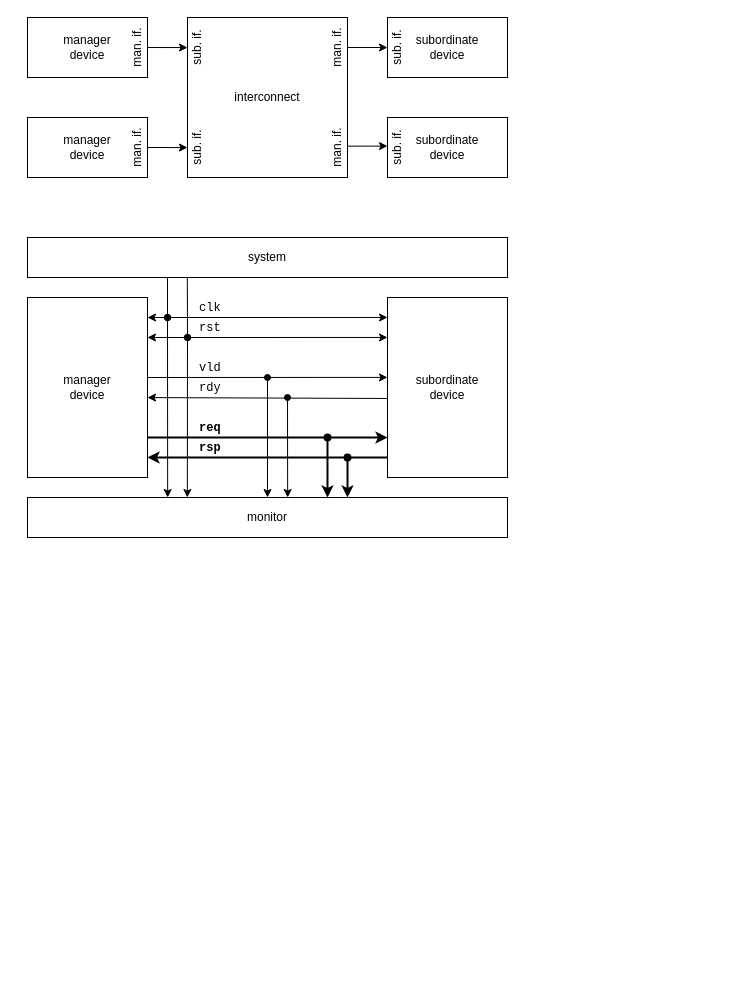
The draw.io diagram doc/lite_doc/TCB-Lite.drawio in jeras/TCB, before the edit. Source tidied: cells renumbered, new cells numbered last; positions are measured from the earlier drawing's top-left corner, leaving out a move shared by most shapes. Both pictures are drawn from the tidied source at 100%, with x=0, y=0 at pixel (27, 17).
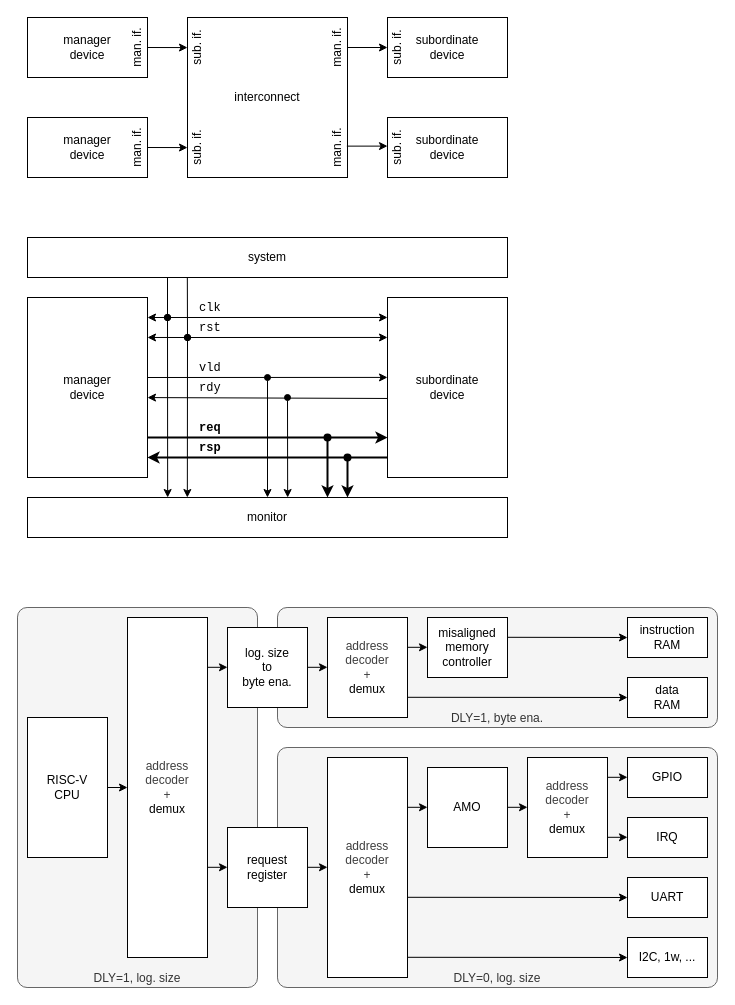
The same diagram, later.

Commit message (it also covers changes not shown here):
DOC: a bit of interface/interconnect topology (mostly nomenclature

Diff of the diagram source:
```diff
@@
+    <mxCell id="45" value="&lt;span style=&quot;color: rgb(51, 51, 51);&quot;&gt;DLY=1, log. size&lt;/span&gt;" style="rounded=1;whiteSpace=wrap;html=1;fillColor=#f5f5f5;fontColor=#333333;strokeColor=#666666;arcSize=4;verticalAlign=bottom;" parent="1" vertex="1">
+      <mxGeometry x="-10" y="590" width="240" height="380" as="geometry" />
+    </mxCell>
+    <mxCell id="46" value="&lt;span style=&quot;scrollbar-color: rgb(226, 226, 226) rgb(251, 251, 251); color: rgb(51, 51, 51);&quot;&gt;DLY=0, log. size&lt;/span&gt;" style="rounded=1;whiteSpace=wrap;html=1;fillColor=#f5f5f5;fontColor=#333333;strokeColor=#666666;arcSize=4;verticalAlign=bottom;" parent="1" vertex="1">
+      <mxGeometry x="250" y="730" width="440" height="240" as="geometry" />
+    </mxCell>
+    <mxCell id="47" value="&lt;span style=&quot;color: rgb(51, 51, 51);&quot;&gt;DLY=1,&amp;nbsp;&lt;/span&gt;byte ena." style="rounded=1;whiteSpace=wrap;html=1;fillColor=#f5f5f5;fontColor=#333333;strokeColor=#666666;arcSize=8;verticalAlign=bottom;" parent="1" vertex="1">
+      <mxGeometry x="250" y="590" width="440" height="120" as="geometry" />
+    </mxCell>
@@
+    <mxCell id="48" value="&lt;div&gt;&lt;font color=&quot;#000000&quot;&gt;RISC-V&lt;/font&gt;&lt;/div&gt;&lt;div&gt;&lt;font color=&quot;#000000&quot;&gt;CPU&lt;/font&gt;&lt;/div&gt;" style="rounded=0;whiteSpace=wrap;html=1;" parent="1" vertex="1">
+      <mxGeometry y="700" width="80" height="140" as="geometry" />
+    </mxCell>
+    <mxCell id="49" style="endArrow=classic;html=1;rounded=0;exitX=1;exitY=0.5;exitDx=0;exitDy=0;" parent="1" edge="1">
+      <mxGeometry relative="1" as="geometry">
+        <mxPoint x="80" y="770" as="sourcePoint" />
+        <mxPoint x="100" y="770" as="targetPoint" />
+      </mxGeometry>
+    </mxCell>
+    <mxCell id="50" value="&lt;div&gt;&lt;font color=&quot;#000000&quot;&gt;&lt;div style=&quot;color: rgb(63, 63, 63); scrollbar-color: rgb(226, 226, 226) rgb(251, 251, 251);&quot;&gt;&lt;font style=&quot;scrollbar-color: rgb(226, 226, 226) rgb(251, 251, 251);&quot;&gt;address&lt;/font&gt;&lt;/div&gt;&lt;div style=&quot;color: rgb(63, 63, 63); scrollbar-color: rgb(226, 226, 226) rgb(251, 251, 251);&quot;&gt;&lt;font style=&quot;scrollbar-color: rgb(226, 226, 226) rgb(251, 251, 251);&quot;&gt;decoder&lt;/font&gt;&lt;/div&gt;&lt;div style=&quot;color: rgb(63, 63, 63); scrollbar-color: rgb(226, 226, 226) rgb(251, 251, 251);&quot;&gt;&lt;font style=&quot;scrollbar-color: rgb(226, 226, 226) rgb(251, 251, 251);&quot;&gt;+&lt;/font&gt;&lt;/div&gt;&lt;/font&gt;&lt;/div&gt;&lt;div&gt;&lt;font color=&quot;#000000&quot;&gt;demux&lt;/font&gt;&lt;/div&gt;" style="rounded=0;whiteSpace=wrap;html=1;" parent="1" vertex="1">
+      <mxGeometry x="100" y="600" width="80" height="340" as="geometry" />
+    </mxCell>
+    <mxCell id="51" value="&lt;div&gt;&lt;font color=&quot;#000000&quot;&gt;log. size&lt;/font&gt;&lt;/div&gt;&lt;div&gt;&lt;font color=&quot;#000000&quot;&gt;to&lt;/font&gt;&lt;/div&gt;&lt;div&gt;&lt;font color=&quot;#000000&quot;&gt;byte ena.&lt;/font&gt;&lt;/div&gt;" style="rounded=0;whiteSpace=wrap;html=1;" parent="1" vertex="1">
+      <mxGeometry x="200" y="610" width="80" height="80" as="geometry" />
+    </mxCell>
+    <mxCell id="52" value="&lt;div&gt;&lt;font color=&quot;#000000&quot;&gt;request&lt;/font&gt;&lt;/div&gt;&lt;div&gt;&lt;font color=&quot;#000000&quot;&gt;register&lt;/font&gt;&lt;/div&gt;" style="rounded=0;whiteSpace=wrap;html=1;" parent="1" vertex="1">
+      <mxGeometry x="200" y="810" width="80" height="80" as="geometry" />
+    </mxCell>
+    <mxCell id="53" value="&lt;div&gt;&lt;font color=&quot;#000000&quot;&gt;AMO&lt;/font&gt;&lt;/div&gt;" style="rounded=0;whiteSpace=wrap;html=1;" parent="1" vertex="1">
+      <mxGeometry x="400" y="750" width="80" height="80" as="geometry" />
+    </mxCell>
+    <mxCell id="54" value="&lt;div&gt;&lt;font color=&quot;#000000&quot;&gt;instruction&lt;/font&gt;&lt;/div&gt;&lt;div&gt;&lt;font color=&quot;#000000&quot;&gt;RAM&lt;/font&gt;&lt;/div&gt;" style="rounded=0;whiteSpace=wrap;html=1;" parent="1" vertex="1">
+      <mxGeometry x="600" y="600" width="80" height="40" as="geometry" />
+    </mxCell>
+    <mxCell id="55" value="&lt;div&gt;&lt;font color=&quot;#000000&quot;&gt;misaligned&lt;/font&gt;&lt;/div&gt;&lt;div&gt;&lt;font color=&quot;#000000&quot;&gt;memory&lt;/font&gt;&lt;/div&gt;&lt;div&gt;&lt;font color=&quot;#000000&quot;&gt;controller&lt;/font&gt;&lt;/div&gt;" style="rounded=0;whiteSpace=wrap;html=1;" parent="1" vertex="1">
+      <mxGeometry x="400" y="600" width="80" height="60" as="geometry" />
+    </mxCell>
+    <mxCell id="56" value="&lt;div&gt;&lt;font color=&quot;#000000&quot;&gt;data&lt;/font&gt;&lt;/div&gt;&lt;div&gt;&lt;font color=&quot;#000000&quot;&gt;RAM&lt;/font&gt;&lt;/div&gt;" style="rounded=0;whiteSpace=wrap;html=1;" parent="1" vertex="1">
+      <mxGeometry x="600" y="660" width="80" height="40" as="geometry" />
+    </mxCell>
+    <mxCell id="57" value="&lt;div&gt;&lt;font color=&quot;#000000&quot;&gt;&lt;div style=&quot;color: rgb(63, 63, 63); scrollbar-color: rgb(226, 226, 226) rgb(251, 251, 251);&quot;&gt;&lt;font style=&quot;scrollbar-color: rgb(226, 226, 226) rgb(251, 251, 251);&quot;&gt;address&lt;/font&gt;&lt;/div&gt;&lt;div style=&quot;color: rgb(63, 63, 63); scrollbar-color: rgb(226, 226, 226) rgb(251, 251, 251);&quot;&gt;&lt;font style=&quot;scrollbar-color: rgb(226, 226, 226) rgb(251, 251, 251);&quot;&gt;decoder&lt;/font&gt;&lt;/div&gt;&lt;div style=&quot;color: rgb(63, 63, 63); scrollbar-color: rgb(226, 226, 226) rgb(251, 251, 251);&quot;&gt;&lt;font style=&quot;scrollbar-color: rgb(226, 226, 226) rgb(251, 251, 251);&quot;&gt;+&lt;/font&gt;&lt;/div&gt;&lt;/font&gt;&lt;/div&gt;&lt;div&gt;&lt;font color=&quot;#000000&quot;&gt;demux&lt;/font&gt;&lt;/div&gt;" style="rounded=0;whiteSpace=wrap;html=1;" parent="1" vertex="1">
+      <mxGeometry x="300" y="600" width="80" height="100" as="geometry" />
+    </mxCell>
+    <mxCell id="58" value="&lt;div&gt;&lt;font color=&quot;#000000&quot;&gt;&lt;div style=&quot;color: rgb(63, 63, 63); scrollbar-color: rgb(226, 226, 226) rgb(251, 251, 251);&quot;&gt;&lt;font style=&quot;scrollbar-color: rgb(226, 226, 226) rgb(251, 251, 251);&quot;&gt;address&lt;/font&gt;&lt;/div&gt;&lt;div style=&quot;color: rgb(63, 63, 63); scrollbar-color: rgb(226, 226, 226) rgb(251, 251, 251);&quot;&gt;&lt;font style=&quot;scrollbar-color: rgb(226, 226, 226) rgb(251, 251, 251);&quot;&gt;decoder&lt;/font&gt;&lt;/div&gt;&lt;div style=&quot;color: rgb(63, 63, 63); scrollbar-color: rgb(226, 226, 226) rgb(251, 251, 251);&quot;&gt;&lt;font style=&quot;scrollbar-color: rgb(226, 226, 226) rgb(251, 251, 251);&quot;&gt;+&lt;/font&gt;&lt;/div&gt;&lt;/font&gt;&lt;/div&gt;&lt;div&gt;&lt;font color=&quot;#000000&quot;&gt;demux&lt;/font&gt;&lt;/div&gt;" style="rounded=0;whiteSpace=wrap;html=1;" parent="1" vertex="1">
+      <mxGeometry x="300" y="740" width="80" height="220" as="geometry" />
+    </mxCell>
+    <mxCell id="59" value="&lt;div&gt;&lt;font color=&quot;#000000&quot;&gt;&lt;div style=&quot;color: rgb(63, 63, 63); scrollbar-color: rgb(226, 226, 226) rgb(251, 251, 251);&quot;&gt;&lt;font style=&quot;scrollbar-color: rgb(226, 226, 226) rgb(251, 251, 251);&quot;&gt;address&lt;/font&gt;&lt;/div&gt;&lt;div style=&quot;color: rgb(63, 63, 63); scrollbar-color: rgb(226, 226, 226) rgb(251, 251, 251);&quot;&gt;&lt;font style=&quot;scrollbar-color: rgb(226, 226, 226) rgb(251, 251, 251);&quot;&gt;decoder&lt;/font&gt;&lt;/div&gt;&lt;div style=&quot;color: rgb(63, 63, 63); scrollbar-color: rgb(226, 226, 226) rgb(251, 251, 251);&quot;&gt;&lt;font style=&quot;scrollbar-color: rgb(226, 226, 226) rgb(251, 251, 251);&quot;&gt;+&lt;/font&gt;&lt;/div&gt;&lt;/font&gt;&lt;/div&gt;&lt;div&gt;&lt;font color=&quot;#000000&quot;&gt;demux&lt;/font&gt;&lt;/div&gt;" style="rounded=0;whiteSpace=wrap;html=1;" parent="1" vertex="1">
+      <mxGeometry x="500" y="740" width="80" height="100" as="geometry" />
+    </mxCell>
+    <mxCell id="60" value="&lt;div&gt;&lt;font color=&quot;#000000&quot;&gt;GPIO&lt;/font&gt;&lt;/div&gt;" style="rounded=0;whiteSpace=wrap;html=1;" parent="1" vertex="1">
+      <mxGeometry x="600" y="740" width="80" height="40" as="geometry" />
+    </mxCell>
+    <mxCell id="61" value="&lt;div&gt;&lt;font color=&quot;#000000&quot;&gt;IRQ&lt;/font&gt;&lt;/div&gt;" style="rounded=0;whiteSpace=wrap;html=1;" parent="1" vertex="1">
+      <mxGeometry x="600" y="800" width="80" height="40" as="geometry" />
+    </mxCell>
+    <mxCell id="62" value="&lt;div&gt;&lt;font color=&quot;#000000&quot;&gt;UART&lt;/font&gt;&lt;/div&gt;" style="rounded=0;whiteSpace=wrap;html=1;" parent="1" vertex="1">
+      <mxGeometry x="600" y="860" width="80" height="40" as="geometry" />
+    </mxCell>
+    <mxCell id="63" value="&lt;div&gt;&lt;font color=&quot;#000000&quot;&gt;I2C, 1w, ...&lt;/font&gt;&lt;/div&gt;" style="rounded=0;whiteSpace=wrap;html=1;" parent="1" vertex="1">
+      <mxGeometry x="600" y="920" width="80" height="40" as="geometry" />
+    </mxCell>
+    <mxCell id="64" style="endArrow=classic;html=1;rounded=0;exitX=1;exitY=0.5;exitDx=0;exitDy=0;" parent="1" edge="1">
+      <mxGeometry relative="1" as="geometry">
+        <mxPoint x="180" y="649.8" as="sourcePoint" />
+        <mxPoint x="200" y="649.8" as="targetPoint" />
+      </mxGeometry>
+    </mxCell>
+    <mxCell id="65" style="endArrow=classic;html=1;rounded=0;exitX=1;exitY=0.5;exitDx=0;exitDy=0;" parent="1" edge="1">
+      <mxGeometry relative="1" as="geometry">
+        <mxPoint x="180" y="849.8" as="sourcePoint" />
+        <mxPoint x="200" y="849.8" as="targetPoint" />
+      </mxGeometry>
+    </mxCell>
+    <mxCell id="66" style="endArrow=classic;html=1;rounded=0;exitX=1;exitY=0.5;exitDx=0;exitDy=0;" parent="1" edge="1">
+      <mxGeometry relative="1" as="geometry">
+        <mxPoint x="280" y="649.8" as="sourcePoint" />
+        <mxPoint x="300" y="649.8" as="targetPoint" />
+      </mxGeometry>
+    </mxCell>
+    <mxCell id="67" style="endArrow=classic;html=1;rounded=0;exitX=1;exitY=0.5;exitDx=0;exitDy=0;" parent="1" edge="1">
+      <mxGeometry relative="1" as="geometry">
+        <mxPoint x="280" y="849.8" as="sourcePoint" />
+        <mxPoint x="300" y="849.8" as="targetPoint" />
+      </mxGeometry>
+    </mxCell>
+    <mxCell id="68" style="endArrow=classic;html=1;rounded=0;exitX=1;exitY=0.5;exitDx=0;exitDy=0;" parent="1" edge="1">
+      <mxGeometry relative="1" as="geometry">
+        <mxPoint x="380" y="629.8" as="sourcePoint" />
+        <mxPoint x="400" y="629.8" as="targetPoint" />
+      </mxGeometry>
+    </mxCell>
+    <mxCell id="69" style="endArrow=classic;html=1;rounded=0;exitX=1;exitY=0.5;exitDx=0;exitDy=0;" parent="1" edge="1">
+      <mxGeometry relative="1" as="geometry">
+        <mxPoint x="380" y="789.8" as="sourcePoint" />
+        <mxPoint x="400" y="789.8" as="targetPoint" />
+      </mxGeometry>
+    </mxCell>
+    <mxCell id="70" style="endArrow=classic;html=1;rounded=0;exitX=1;exitY=0.5;exitDx=0;exitDy=0;" parent="1" edge="1">
+      <mxGeometry relative="1" as="geometry">
+        <mxPoint x="480" y="789.8" as="sourcePoint" />
+        <mxPoint x="500" y="789.8" as="targetPoint" />
+      </mxGeometry>
+    </mxCell>
+    <mxCell id="71" style="endArrow=classic;html=1;rounded=0;exitX=1;exitY=0.5;exitDx=0;exitDy=0;" parent="1" edge="1">
+      <mxGeometry relative="1" as="geometry">
+        <mxPoint x="580" y="759.8" as="sourcePoint" />
+        <mxPoint x="600" y="759.8" as="targetPoint" />
+      </mxGeometry>
+    </mxCell>
+    <mxCell id="72" style="endArrow=classic;html=1;rounded=0;exitX=1;exitY=0.5;exitDx=0;exitDy=0;" parent="1" edge="1">
+      <mxGeometry relative="1" as="geometry">
+        <mxPoint x="580" y="819.8" as="sourcePoint" />
+        <mxPoint x="600" y="819.8" as="targetPoint" />
+      </mxGeometry>
+    </mxCell>
+    <mxCell id="73" style="endArrow=classic;html=1;rounded=0;exitX=1;exitY=0.5;exitDx=0;exitDy=0;entryX=0;entryY=0.5;entryDx=0;entryDy=0;" parent="1" edge="1" target="54">
+      <mxGeometry relative="1" as="geometry">
+        <mxPoint x="480" y="619.8" as="sourcePoint" />
+      </mxGeometry>
+    </mxCell>
+    <mxCell id="74" style="endArrow=classic;html=1;rounded=0;exitX=1;exitY=0.5;exitDx=0;exitDy=0;entryX=0;entryY=0.5;entryDx=0;entryDy=0;" parent="1" edge="1" target="56">
+      <mxGeometry relative="1" as="geometry">
+        <mxPoint x="380" y="679.8" as="sourcePoint" />
+      </mxGeometry>
+    </mxCell>
+    <mxCell id="75" style="endArrow=classic;html=1;rounded=0;exitX=1;exitY=0.5;exitDx=0;exitDy=0;entryX=0;entryY=0.5;entryDx=0;entryDy=0;" parent="1" edge="1" target="62">
+      <mxGeometry relative="1" as="geometry">
+        <mxPoint x="380" y="879.8" as="sourcePoint" />
+      </mxGeometry>
+    </mxCell>
+    <mxCell id="76" style="endArrow=classic;html=1;rounded=0;exitX=1;exitY=0.5;exitDx=0;exitDy=0;entryX=0;entryY=0.5;entryDx=0;entryDy=0;" parent="1" edge="1" target="63">
+      <mxGeometry relative="1" as="geometry">
+        <mxPoint x="380" y="939.8" as="sourcePoint" />
+      </mxGeometry>
+    </mxCell>
```
